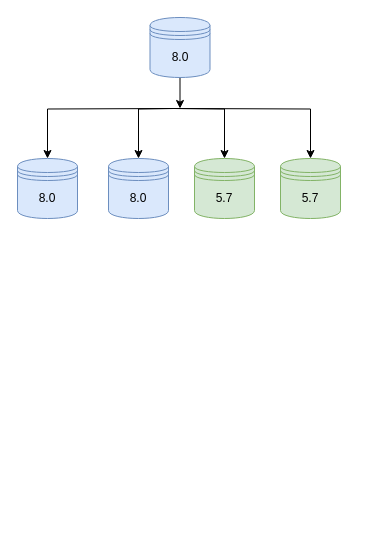
Before: page "第 16 页" (16 of 17) of ksql.drawio in shangyu11/shang, a draw.io diagram. Source tidied: cells renumbered, new cells numbered last; positions are measured from the earlier drawing's top-left corner, leaving out a move shared by most shapes. Both pictures are drawn from the tidied source at 100%, with x=0, y=0 at pixel (17, 17).
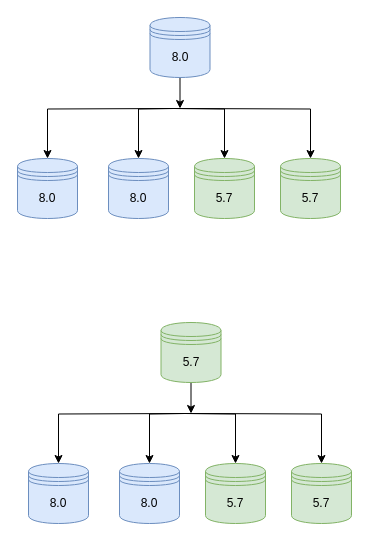
After the change.

The edit, as a diff of the source:
```diff
@@
+    <mxCell id="12" value="8.0" style="shape=datastore;whiteSpace=wrap;html=1;fillColor=#dae8fc;strokeColor=#6c8ebf;" parent="1" vertex="1">
+      <mxGeometry x="11" y="446" width="60" height="60" as="geometry" />
+    </mxCell>
+    <mxCell id="13" value="8.0" style="shape=datastore;whiteSpace=wrap;html=1;fillColor=#dae8fc;strokeColor=#6c8ebf;" parent="1" vertex="1">
+      <mxGeometry x="102" y="446" width="60" height="60" as="geometry" />
+    </mxCell>
+    <mxCell id="14" value="5.7" style="shape=datastore;whiteSpace=wrap;html=1;fillColor=#d5e8d4;strokeColor=#82b366;" parent="1" vertex="1">
+      <mxGeometry x="188" y="446" width="60" height="60" as="geometry" />
+    </mxCell>
+    <mxCell id="15" value="5.7" style="shape=datastore;whiteSpace=wrap;html=1;fillColor=#d5e8d4;strokeColor=#82b366;" parent="1" vertex="1">
+      <mxGeometry x="274" y="446" width="60" height="60" as="geometry" />
+    </mxCell>
+    <mxCell id="16" style="edgeStyle=orthogonalEdgeStyle;rounded=0;jettySize=auto;html=1;exitX=0.5;exitY=1;exitDx=0;exitDy=0;entryX=0.5;entryY=0;entryDx=0;entryDy=0;" parent="1" edge="1" source="17">
+      <mxGeometry relative="1" as="geometry">
+        <mxPoint x="173.5" y="396" as="targetPoint" />
+      </mxGeometry>
+    </mxCell>
+    <mxCell id="17" value="5.7" style="shape=datastore;whiteSpace=wrap;html=1;fillColor=#d5e8d4;strokeColor=#82b366;" parent="1" vertex="1">
+      <mxGeometry x="143.5" y="305" width="60" height="60" as="geometry" />
+    </mxCell>
+    <mxCell id="18" style="edgeStyle=orthogonalEdgeStyle;rounded=0;jettySize=auto;html=1;exitX=0.5;exitY=1;exitDx=0;exitDy=0;entryX=0.5;entryY=0;entryDx=0;entryDy=0;" parent="1" edge="1" target="12">
+      <mxGeometry relative="1" as="geometry">
+        <mxPoint x="167.5" y="396" as="sourcePoint" />
+      </mxGeometry>
+    </mxCell>
+    <mxCell id="19" style="edgeStyle=orthogonalEdgeStyle;rounded=0;jettySize=auto;html=1;exitX=0.5;exitY=1;exitDx=0;exitDy=0;entryX=0.5;entryY=0;entryDx=0;entryDy=0;" parent="1" edge="1" target="13">
+      <mxGeometry relative="1" as="geometry">
+        <mxPoint x="167.5" y="396" as="sourcePoint" />
+      </mxGeometry>
+    </mxCell>
+    <mxCell id="20" style="edgeStyle=orthogonalEdgeStyle;rounded=0;jettySize=auto;html=1;exitX=0.5;exitY=1;exitDx=0;exitDy=0;entryX=0.5;entryY=0;entryDx=0;entryDy=0;" parent="1" edge="1" target="14">
+      <mxGeometry relative="1" as="geometry">
+        <mxPoint x="167.5" y="396" as="sourcePoint" />
+      </mxGeometry>
+    </mxCell>
+    <mxCell id="21" style="edgeStyle=orthogonalEdgeStyle;rounded=0;jettySize=auto;html=1;exitX=0.5;exitY=1;exitDx=0;exitDy=0;entryX=0.5;entryY=0;entryDx=0;entryDy=0;" parent="1" edge="1" target="15">
+      <mxGeometry relative="1" as="geometry">
+        <mxPoint x="167.5" y="396" as="sourcePoint" />
+      </mxGeometry>
+    </mxCell>
```
